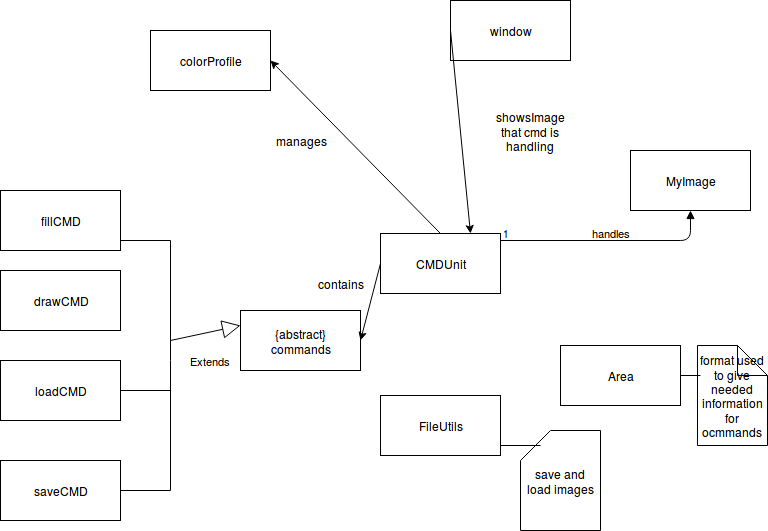
kapistelijaKrisu/JavaPaint keeps this draw.io diagram as Documentation/Class-Diagram.png. Above is the earlier version. Source tidied: cells renumbered, new cells last; positions are measured from the earlier drawing's top-left corner, leaving out a move shared by most shapes.
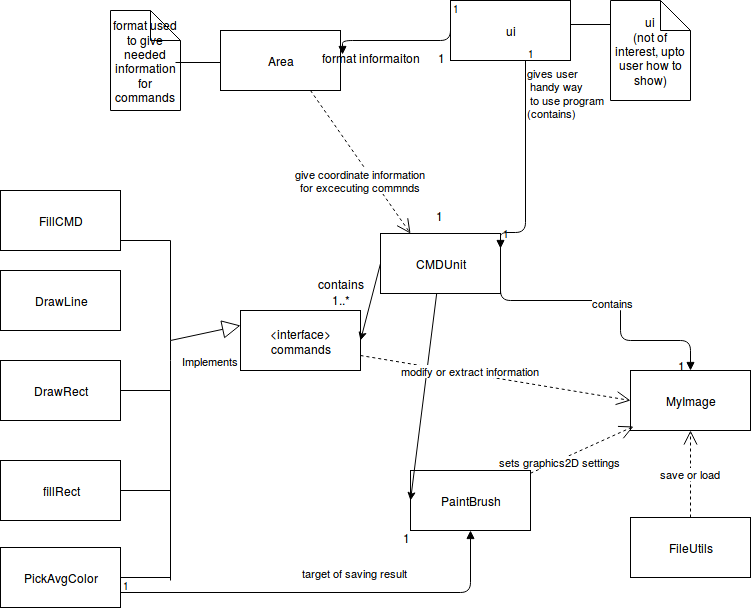
After the change.

What changed in the source:
```diff
@@ -2,40 +2,43 @@
   <root>
     <mxCell id="0" />
     <mxCell id="1" parent="0" />
-    <mxCell id="2" value="window" style="whiteSpace=wrap;html=1;" parent="1" vertex="1">
+    <mxCell id="2" value="ui" style="whiteSpace=wrap;html=1;" parent="1" vertex="1">
       <mxGeometry x="450" width="120" height="60" as="geometry" />
     </mxCell>
-    <mxCell id="3" value="{abstract}&lt;br&gt;commands" style="whiteSpace=wrap;html=1;" parent="1" vertex="1">
+    <mxCell id="3" value="&amp;lt;interface&amp;gt;&lt;br&gt;commands" style="whiteSpace=wrap;html=1;" parent="1" vertex="1">
       <mxGeometry x="240" y="310" width="120" height="60" as="geometry" />
     </mxCell>
-    <mxCell id="4" value="Extends" style="endArrow=block;endSize=16;endFill=0;html=1;entryX=0;entryY=0.25;" parent="1" edge="1" target="3">
+    <mxCell id="4" value="Implements" style="endArrow=block;endSize=16;endFill=0;html=1;entryX=0;entryY=0.25;" parent="1" edge="1" target="3">
       <mxGeometry x="-0.02" y="-28" relative="1" as="geometry">
         <mxPoint x="170" y="340" as="sourcePoint" />
       </mxGeometry>
     </mxCell>
     <mxCell id="5" value="MyImage" style="whiteSpace=wrap;html=1;" parent="1" vertex="1">
-      <mxGeometry x="630" y="150" width="120" height="60" as="geometry" />
+      <mxGeometry x="630" y="370" width="120" height="60" as="geometry" />
     </mxCell>
-    <mxCell id="6" value="handles" style="endArrow=block;endFill=1;html=1;edgeStyle=orthogonalEdgeStyle;align=left;verticalAlign=top;entryX=0.5;entryY=1;" parent="1" edge="1" target="5">
-      <mxGeometry x="0.91" y="100" relative="1" as="geometry">
+    <mxCell id="6" value="contains" style="endArrow=block;endFill=1;html=1;edgeStyle=orthogonalEdgeStyle;align=left;verticalAlign=top;entryX=0.5;entryY=0;" parent="1" edge="1" target="5">
+      <mxGeometry x="-0.06" y="10" relative="1" as="geometry">
         <mxPoint x="500" y="240" as="sourcePoint" />
         <Array as="points">
-          <mxPoint x="690" y="240" />
+          <mxPoint x="500" y="300" />
+          <mxPoint x="620" y="300" />
+          <mxPoint x="620" y="340" />
+          <mxPoint x="690" y="340" />
         </Array>
       </mxGeometry>
     </mxCell>
     <mxCell id="7" value="1" style="html=1;align=left;verticalAlign=bottom;labelBackgroundColor=#ffffff;fontSize=10;" parent="6" vertex="1">
       <mxGeometry x="-1" relative="1" as="geometry" />
     </mxCell>
-    <mxCell id="8" value="colorProfile" style="whiteSpace=wrap;html=1;" parent="1" vertex="1">
-      <mxGeometry x="150" y="30" width="120" height="60" as="geometry" />
+    <mxCell id="8" value="PaintBrush" style="whiteSpace=wrap;html=1;" parent="1" vertex="1">
+      <mxGeometry x="410" y="470" width="120" height="60" as="geometry" />
     </mxCell>
-    <mxCell id="9" style="endArrow=classic;html=1;entryX=1;entryY=0.5;exitX=0.5;exitY=0;" parent="1" edge="1" source="19" target="8">
+    <mxCell id="9" style="endArrow=classic;html=1;entryX=0;entryY=0.5;" parent="1" edge="1" source="19" target="8">
       <mxGeometry relative="1" as="geometry" />
     </mxCell>
     <mxCell id="10" style="endArrow=none;html=1;" parent="1" edge="1">
       <mxGeometry relative="1" as="geometry">
-        <mxPoint x="170" y="490" as="sourcePoint" />
+        <mxPoint x="170" y="580" as="sourcePoint" />
         <mxPoint x="170" y="240" as="targetPoint" />
         <Array as="points">
           <mxPoint x="170" y="350" />
@@ -54,13 +57,13 @@
         <mxPoint x="170" y="390" as="targetPoint" />
       </mxGeometry>
     </mxCell>
-    <mxCell id="13" value="saveCMD" style="whiteSpace=wrap;html=1;" parent="1" vertex="1">
+    <mxCell id="13" value="fillRect" style="whiteSpace=wrap;html=1;" parent="1" vertex="1">
       <mxGeometry y="460" width="120" height="60" as="geometry" />
     </mxCell>
-    <mxCell id="14" value="loadCMD" style="whiteSpace=wrap;html=1;" parent="1" vertex="1">
+    <mxCell id="14" value="DrawRect" style="whiteSpace=wrap;html=1;" parent="1" vertex="1">
       <mxGeometry y="360" width="120" height="60" as="geometry" />
     </mxCell>
-    <mxCell id="15" value="fillCMD" style="whiteSpace=wrap;html=1;" parent="1" vertex="1">
+    <mxCell id="15" value="FillCMD" style="whiteSpace=wrap;html=1;" parent="1" vertex="1">
       <mxGeometry y="190" width="120" height="60" as="geometry" />
     </mxCell>
     <mxCell id="16" style="endArrow=none;html=1;" parent="1" edge="1">
@@ -74,44 +77,107 @@
         <mxPoint x="120" y="313" as="sourcePoint" />
       </mxGeometry>
     </mxCell>
-    <mxCell id="18" value="drawCMD" style="whiteSpace=wrap;html=1;" parent="1" vertex="1">
+    <mxCell id="18" value="DrawLine" style="whiteSpace=wrap;html=1;" parent="1" vertex="1">
       <mxGeometry y="270" width="120" height="60" as="geometry" />
     </mxCell>
     <mxCell id="19" value="CMDUnit" style="whiteSpace=wrap;html=1;" parent="1" vertex="1">
       <mxGeometry x="380" y="233" width="120" height="60" as="geometry" />
     </mxCell>
-    <mxCell id="20" style="endArrow=classic;html=1;entryX=0.75;entryY=0;exitX=0;exitY=0.5;" parent="1" edge="1" source="2" target="19">
-      <mxGeometry relative="1" as="geometry" />
-    </mxCell>
     <mxCell id="21" style="endArrow=classic;html=1;entryX=1;entryY=0.5;exitX=0;exitY=0.5;" parent="1" edge="1" source="19" target="3">
       <mxGeometry relative="1" as="geometry" />
     </mxCell>
-    <mxCell id="22" value="showsImage that cmd is handling" style="text;html=1;strokeColor=none;fillColor=none;align=center;verticalAlign=middle;whiteSpace=wrap;" parent="1" vertex="1">
-      <mxGeometry x="510" y="120" width="40" height="20" as="geometry" />
-    </mxCell>
     <mxCell id="23" value="contains" style="text;html=1;strokeColor=none;fillColor=none;align=center;verticalAlign=middle;whiteSpace=wrap;" parent="1" vertex="1">
       <mxGeometry x="320" y="273" width="40" height="20" as="geometry" />
     </mxCell>
-    <mxCell id="24" value="manages" style="text;html=1;strokeColor=none;fillColor=none;align=center;verticalAlign=middle;whiteSpace=wrap;" parent="1" vertex="1">
-      <mxGeometry x="280" y="130" width="40" height="20" as="geometry" />
-    </mxCell>
     <mxCell id="25" value="FileUtils" style="whiteSpace=wrap;html=1;" parent="1" vertex="1">
-      <mxGeometry x="380" y="395" width="120" height="60" as="geometry" />
+      <mxGeometry x="630" y="517" width="120" height="60" as="geometry" />
     </mxCell>
     <mxCell id="26" value="Area" style="whiteSpace=wrap;html=1;" parent="1" vertex="1">
-      <mxGeometry x="560" y="345" width="120" height="60" as="geometry" />
+      <mxGeometry x="220" y="30" width="120" height="60" as="geometry" />
     </mxCell>
-    <mxCell id="27" value="format used to give needed information for ocmmands" style="shape=note;whiteSpace=wrap;html=1;" parent="1" vertex="1">
-      <mxGeometry x="697" y="345" width="70" height="100" as="geometry" />
+    <mxCell id="27" value="format used to give needed information for commands" style="shape=note;whiteSpace=wrap;html=1;" parent="1" vertex="1">
+      <mxGeometry x="110" y="10" width="70" height="100" as="geometry" />
     </mxCell>
     <mxCell id="28" style="line;html=1;strokeWidth=1;fillColor=none;align=left;verticalAlign=middle;spacingTop=-1;spacingLeft=3;spacingRight=3;labelPosition=right;" parent="1" vertex="1">
-      <mxGeometry x="680" y="371" width="20" height="8" as="geometry" />
+      <mxGeometry x="175" y="34" width="45" height="56" as="geometry" />
     </mxCell>
-    <mxCell id="29" value="save and load images" style="shape=card;whiteSpace=wrap;html=1;" parent="1" vertex="1">
-      <mxGeometry x="520" y="430" width="80" height="100" as="geometry" />
-    </mxCell>
-    <mxCell id="30" style="line;html=1;strokeWidth=1;fillColor=none;align=left;verticalAlign=middle;spacingTop=-1;spacingLeft=3;spacingRight=3;labelPosition=right;" parent="1" vertex="1">
-      <mxGeometry x="500" y="441" width="40" height="8" as="geometry" />
-    </mxCell>
+    <mxCell id="31" value="1" style="text;html=1;align=left;verticalAlign=top;spacingTop=-4;" parent="1" vertex="1">
+      <mxGeometry x="434" y="206" width="20" height="20" as="geometry" />
+    </mxCell>
+    <mxCell id="32" value="1" style="text;html=1;align=left;verticalAlign=top;spacingTop=-4;" parent="1" vertex="1">
+      <mxGeometry x="436" y="48" width="20" height="20" as="geometry" />
+    </mxCell>
+    <mxCell id="33" value="ui&lt;br&gt;(not of interest, upto user how to show)" style="shape=note;whiteSpace=wrap;html=1;" parent="1" vertex="1">
+      <mxGeometry x="610" width="80" height="100" as="geometry" />
+    </mxCell>
+    <mxCell id="34" style="line;html=1;strokeWidth=1;fillColor=none;align=left;verticalAlign=middle;spacingTop=-1;spacingLeft=3;spacingRight=3;labelPosition=right;" parent="1" vertex="1">
+      <mxGeometry x="570" y="20" width="40" height="8" as="geometry" />
+    </mxCell>
+    <mxCell id="35" value="sets graphics2D settings" style="endArrow=open;endSize=12;dashed=1;html=1;entryX=0.025;entryY=0.933;entryPerimeter=0;" parent="1" edge="1" source="8" target="5">
+      <mxGeometry x="-0.45" y="-2" relative="1" as="geometry" />
+    </mxCell>
+    <mxCell id="36" value="give coordinate information &lt;br&gt;for excecuting commnds" style="endArrow=open;endSize=12;dashed=1;html=1;exitX=0.75;exitY=1;entryX=0.25;entryY=0;" parent="1" edge="1" source="26" target="19">
+      <mxGeometry x="0.17" y="-11" relative="1" as="geometry">
+        <mxPoint x="1" as="offset" />
+      </mxGeometry>
+    </mxCell>
+    <mxCell id="37" style="endArrow=block;endFill=1;html=1;edgeStyle=orthogonalEdgeStyle;align=left;verticalAlign=top;entryX=1.017;entryY=0.4;entryPerimeter=0;exitX=0;exitY=0.25;" parent="1" edge="1" source="2" target="26">
+      <mxGeometry x="-1" relative="1" as="geometry">
+        <Array as="points">
+          <mxPoint x="450" y="40" />
+          <mxPoint x="342" y="40" />
+        </Array>
+      </mxGeometry>
+    </mxCell>
+    <mxCell id="38" value="1" style="html=1;align=left;verticalAlign=bottom;labelBackgroundColor=#ffffff;fontSize=10;" parent="37" vertex="1">
+      <mxGeometry x="-1" relative="1" as="geometry" />
+    </mxCell>
+    <mxCell id="39" value="format informaiton" style="text;html=1;align=left;verticalAlign=top;spacingTop=-4;" parent="1" vertex="1">
+      <mxGeometry x="320" y="48" width="110" height="20" as="geometry" />
+    </mxCell>
+    <mxCell id="40" value="modify or extract information" style="endArrow=open;endSize=12;dashed=1;html=1;entryX=0;entryY=0.5;exitX=1;exitY=0.75;" parent="1" edge="1" source="3" target="5">
+      <mxGeometry x="-0.19" y="3" relative="1" as="geometry" />
+    </mxCell>
+    <mxCell id="41" value="save or load" style="endArrow=open;endSize=12;dashed=1;html=1;exitX=0.5;exitY=0;entryX=0.5;entryY=1;" parent="1" edge="1" source="25" target="5">
+      <mxGeometry relative="1" as="geometry" />
+    </mxCell>
+    <mxCell id="42" value="1" style="text;html=1;align=left;verticalAlign=top;spacingTop=-4;" parent="1" vertex="1">
+      <mxGeometry x="676" y="356" width="20" height="20" as="geometry" />
+    </mxCell>
+    <mxCell id="43" value="1..*" style="text;html=1;align=left;verticalAlign=top;spacingTop=-4;" parent="1" vertex="1">
+      <mxGeometry x="330" y="290" width="30" height="20" as="geometry" />
+    </mxCell>
+    <mxCell id="44" value="PickAvgColor" style="whiteSpace=wrap;html=1;" parent="1" vertex="1">
+      <mxGeometry y="547" width="120" height="60" as="geometry" />
+    </mxCell>
+    <mxCell id="45" style="endArrow=none;html=1;exitX=1;exitY=0.5;" parent="1" edge="1" source="44">
+      <mxGeometry relative="1" as="geometry">
+        <mxPoint x="170" y="577" as="targetPoint" />
+      </mxGeometry>
+    </mxCell>
+    <mxCell id="46" value="1" style="text;html=1;align=left;verticalAlign=top;spacingTop=-4;" parent="1" vertex="1">
+      <mxGeometry x="401" y="528" width="20" height="20" as="geometry" />
+    </mxCell>
+    <mxCell id="47" value="target of saving result&lt;br&gt;" style="endArrow=block;endFill=1;html=1;edgeStyle=orthogonalEdgeStyle;align=left;verticalAlign=top;entryX=0.5;entryY=1;exitX=1;exitY=0.75;" parent="1" edge="1" source="44" target="8">
+      <mxGeometry x="0.85" y="170" relative="1" as="geometry">
+        <Array as="points">
+          <mxPoint x="470" y="592" />
+        </Array>
+      </mxGeometry>
+    </mxCell>
+    <mxCell id="48" value="1" style="html=1;align=left;verticalAlign=bottom;labelBackgroundColor=#ffffff;fontSize=10;" parent="47" vertex="1">
+      <mxGeometry x="-1" relative="1" as="geometry" />
+    </mxCell>
+    <mxCell id="20" value="gives user&lt;br&gt;&amp;nbsp;handy way&lt;br&gt;&amp;nbsp;to use program&lt;br&gt;(contains)" style="endArrow=block;endFill=1;html=1;edgeStyle=orthogonalEdgeStyle;align=left;verticalAlign=top;exitX=0.625;exitY=1;exitPerimeter=0;entryX=1;entryY=0.25;" parent="1" edge="1" source="2" target="19">
+      <mxGeometry x="-1" relative="1" as="geometry">
+        <Array as="points">
+          <mxPoint x="525" y="232" />
+          <mxPoint x="500" y="232" />
+        </Array>
+      </mxGeometry>
+    </mxCell>
+    <mxCell id="49" value="1" style="html=1;align=left;verticalAlign=bottom;labelBackgroundColor=#ffffff;fontSize=10;" parent="20" vertex="1">
+      <mxGeometry x="-1" relative="1" as="geometry" />
+    </mxCell>
   </root>
 </mxGraphModel>
```
